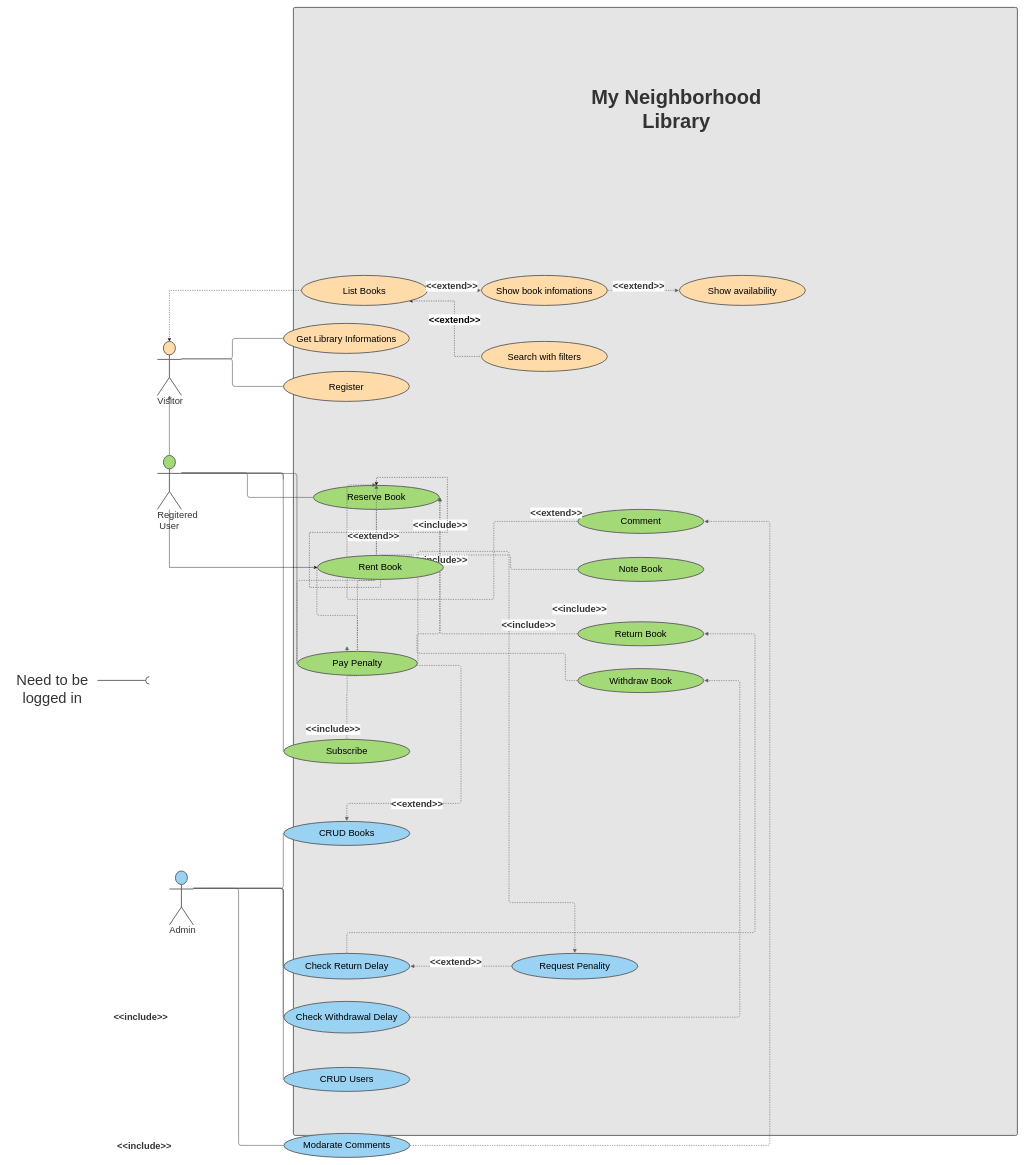
Earlier version of the draw.io diagram page "UML User Cases Rent" (2 of 3) of docs/library_store.drawio (pptech-ds/CDA-JS-LIbrary-Store). Source tidied: cells renumbered, new cells numbered last; positions are measured from the earlier drawing's top-left corner, leaving out a move shared by most shapes. Both pictures are drawn from the tidied source at 40%, with x=0, y=0 at pixel (7, 7).
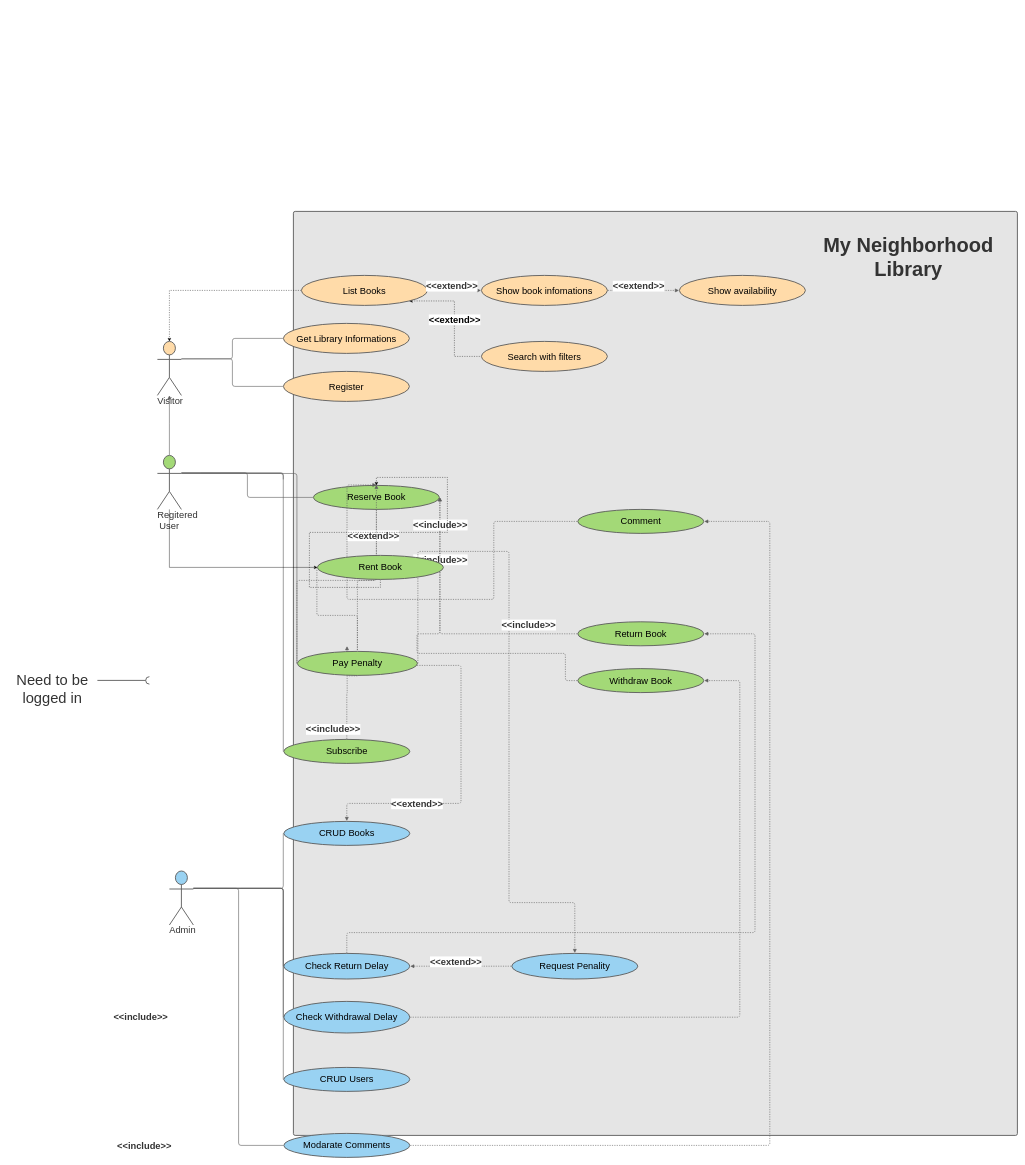
After the change.

Unchanged cells that the change refers to:
```xml
<mxCell id="39" style="html=1;jettySize=18;whiteSpace=wrap;fontSize=13;strokeColor=#5E5E5E;dashed=1;fixDash=1;strokeWidth=1.5;rounded=1;arcSize=12;edgeStyle=orthogonalEdgeStyle;startArrow=none;endArrow=block;endFill=1;exitX=0.5;exitY=-0.017;exitPerimeter=0;entryX=1.004;entryY=0.5;entryPerimeter=0;" parent="1" edge="1" source="38" target="31">
  <mxGeometry relative="1" as="geometry">
    <Array as="points">
      <mxPoint x="849" y="2313" />
      <mxPoint x="1869" y="2313" />
      <mxPoint x="1869" y="1566" />
    </Array>
  </mxGeometry>
</mxCell>
<mxCell id="71" value="Rent Book" style="html=1;overflow=block;blockSpacing=1;whiteSpace=wrap;ellipse;whiteSpace=wrap;fontSize=23.3;spacing=3.8;strokeColor=#5e5e5e;strokeOpacity=100;fillOpacity=100;rounded=1;absoluteArcSize=1;arcSize=9;fillColor=#a3d977;strokeWidth=2.3;" parent="1" vertex="1">
  <mxGeometry x="775" y="1370" width="315" height="60" as="geometry" />
</mxCell>
```

What changed in the source:
```diff
@@
     <mxCell id="2" style="html=1;overflow=block;blockSpacing=1;whiteSpace=wrap;whiteSpace=wrap;fontSize=13;align=center;spacing=3.8;strokeColor=#5e5e5e;strokeOpacity=100;fillOpacity=100;rounded=1;absoluteArcSize=1;arcSize=9;fillColor=#e5e5e5;strokeWidth=2.3;" parent="1" vertex="1">
-      <mxGeometry x="715" width="1810" height="2820" as="geometry" />
+      <mxGeometry x="715" y="510" width="1810" height="2310" as="geometry" />
     </mxCell>
@@
     <mxCell id="18" value="My Neighborhood Library" style="html=1;overflow=block;blockSpacing=1;whiteSpace=wrap;whiteSpace=wrap;fontSize=50;fontColor=#333333;fontStyle=1;align=center;spacing=3.8;strokeOpacity=0;fillOpacity=0;rounded=1;absoluteArcSize=1;arcSize=9;fillColor=#ffffff;strokeWidth=6;" parent="1" vertex="1">
-      <mxGeometry x="1425" y="160" width="495" height="185" as="geometry" />
+      <mxGeometry x="2005" y="530" width="495" height="185" as="geometry" />
     </mxCell>
@@
-    <mxCell id="21" value="Note Book" style="html=1;overflow=block;blockSpacing=1;whiteSpace=wrap;ellipse;whiteSpace=wrap;fontSize=23.3;spacing=3.8;strokeColor=#5e5e5e;strokeOpacity=100;fillOpacity=100;rounded=1;absoluteArcSize=1;arcSize=9;fillColor=#a3d977;strokeWidth=2.3;" parent="1" vertex="1">
-      <mxGeometry x="1426" y="1375" width="315" height="60" as="geometry" />
-    </mxCell>
@@
-    <mxCell id="40" value="&amp;lt;&amp;lt;include&amp;gt;&amp;gt;" style="text;html=1;labelBackgroundColor=#ffffff;align=center;verticalAlign=middle;fontStyle=1;fontColor=#333333;fontSize=23.3;" parent="39" vertex="1">
-      <mxGeometry x="-0.35" relative="1" as="geometry">
-        <mxPoint y="-809.4" as="offset" />
-      </mxGeometry>
-    </mxCell>
@@
-    <mxCell id="72" style="html=1;jettySize=18;whiteSpace=wrap;fontSize=13;strokeColor=#5E5E5E;dashed=1;fixDash=1;strokeWidth=1.5;rounded=1;arcSize=12;edgeStyle=orthogonalEdgeStyle;startArrow=none;endArrow=none;endFill=1;exitX=-0.004;exitY=0.5;exitPerimeter=0;entryX=0.5;entryY=-0.019;entryPerimeter=0;" parent="1" edge="1" source="21" target="71">
-      <mxGeometry relative="1" as="geometry" />
-    </mxCell>
-    <mxCell id="73" value="&amp;lt;&amp;lt;extend&amp;gt;&amp;gt;" style="text;html=1;labelBackgroundColor=#ffffff;align=center;verticalAlign=middle;fontStyle=1;fontColor=#333333;fontSize=23.3;" parent="72" vertex="1">
-      <mxGeometry x="-0.8" relative="1" as="geometry">
-        <mxPoint y="-141.4" as="offset" />
-      </mxGeometry>
-    </mxCell>
```
